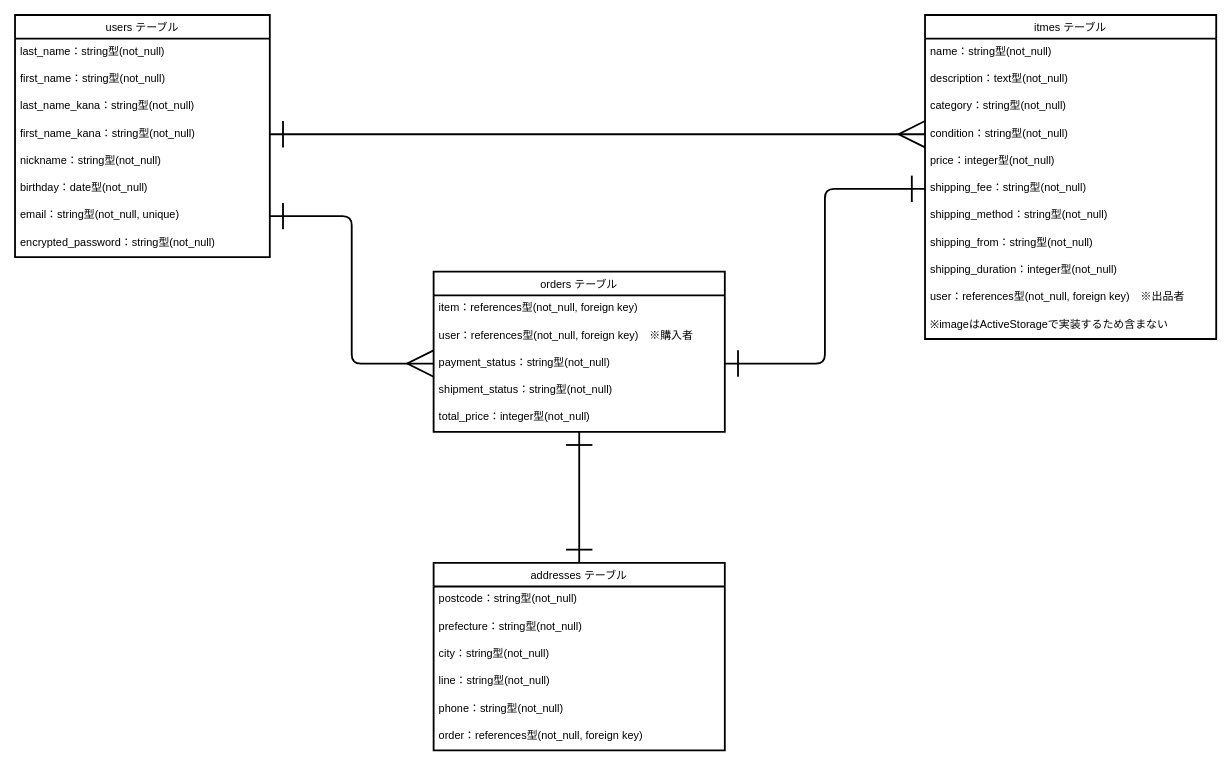
This is furimaER.dio from sssan-tech/furima-41472, a draw.io file, before an edit. Source tidied: cells renumbered, new cells numbered last; positions are measured from the earlier drawing's top-left corner, leaving out a move shared by most shapes. Both pictures are drawn from the tidied source at 91%, with x=0, y=0 at pixel (15, 15).
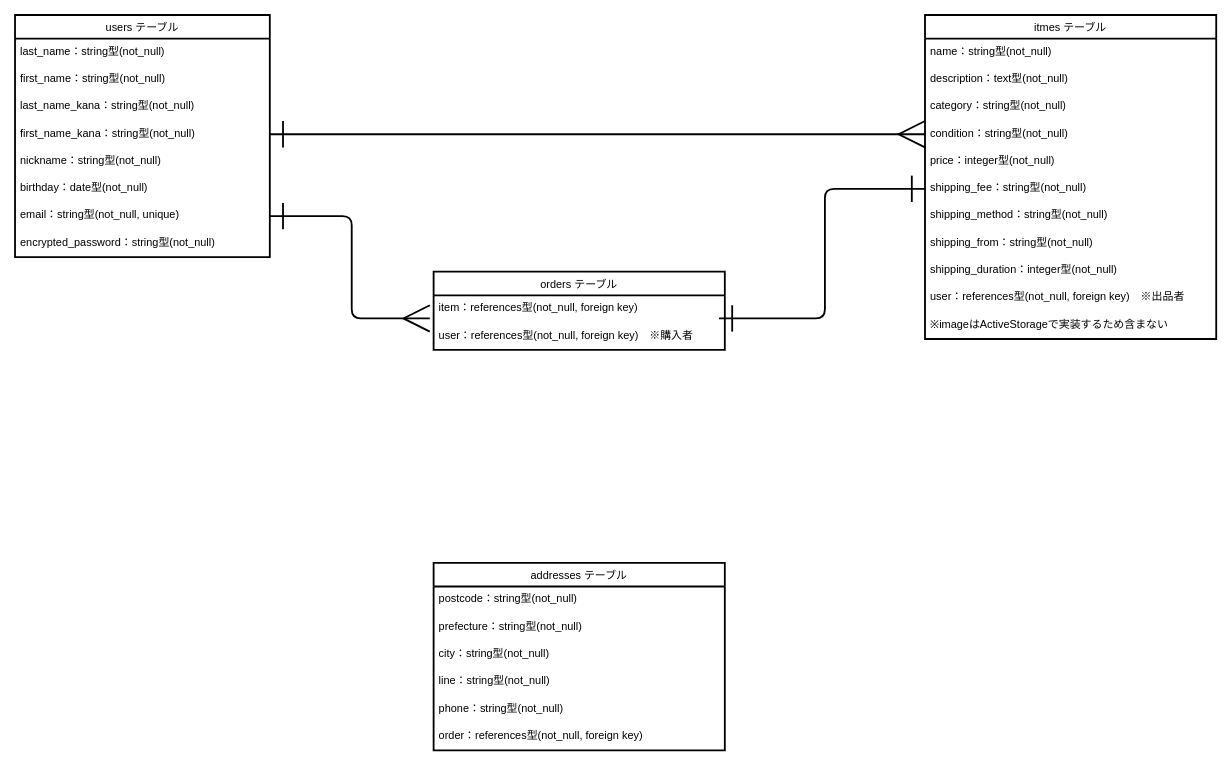
After the change.

Commit message (it also covers changes not shown here):
各種ステータスカラムおよび購入価格カラムを削除

The change refers to these unchanged cells:
```xml
<mxCell id="9" value="email：string型(not_null, unique)" style="text;spacingLeft=4;spacingRight=4;overflow=hidden;points=[[0,0.5],[1,0.5]];portConstraint=eastwest;fontSize=12;labelBackgroundColor=none;labelBorderColor=none;strokeWidth=2;" parent="2" vertex="1">
  <mxGeometry y="206" width="280" height="30" as="geometry" />
</mxCell>
<mxCell id="17" value="shipping_fee：string型(not_null)" style="text;spacingLeft=4;spacingRight=4;overflow=hidden;points=[[0,0.5],[1,0.5]];portConstraint=eastwest;fontSize=12;labelBackgroundColor=none;labelBorderColor=none;strokeWidth=2;" parent="11" vertex="1">
  <mxGeometry y="176" width="320" height="30" as="geometry" />
</mxCell>
<mxCell id="25" value="user：references型(not_null, foreign key)　※購入者" style="text;spacingLeft=4;spacingRight=4;overflow=hidden;points=[[0,0.5],[1,0.5]];portConstraint=eastwest;fontSize=12;labelBackgroundColor=none;labelBorderColor=none;strokeWidth=2;" parent="23" vertex="1">
  <mxGeometry y="56" width="320" height="30" as="geometry" />
</mxCell>
<mxCell id="30" value="addresses テーブル" style="swimlane;fontStyle=0;horizontal=1;startSize=26;align=center;fontSize=12;labelBackgroundColor=none;labelBorderColor=none;strokeWidth=2;swimlaneFillColor=default;" parent="1" vertex="1">
  <mxGeometry x="460" y="602" width="320" height="206" as="geometry" />
</mxCell>
```

The edit, as a diff of the source:
```diff
@@
     <mxCell id="23" value="orders テーブル" style="swimlane;fontStyle=0;horizontal=1;startSize=26;align=center;fontSize=12;labelBackgroundColor=none;labelBorderColor=none;strokeWidth=2;swimlaneFillColor=default;" parent="1" vertex="1">
-      <mxGeometry x="460" y="282" width="320" height="176" as="geometry" />
+      <mxGeometry x="460" y="282" width="320" height="86" as="geometry" />
     </mxCell>
@@
-    <mxCell id="26" value="payment_status：string型(not_null)" style="text;spacingLeft=4;spacingRight=4;overflow=hidden;points=[[0,0.5],[1,0.5]];portConstraint=eastwest;fontSize=12;labelBackgroundColor=none;labelBorderColor=none;strokeWidth=2;" parent="23" vertex="1">
-      <mxGeometry y="86" width="320" height="30" as="geometry" />
-    </mxCell>
-    <mxCell id="27" value="shipment_status：string型(not_null)" style="text;spacingLeft=4;spacingRight=4;overflow=hidden;fontSize=12;labelBackgroundColor=none;labelBorderColor=none;strokeWidth=2;" parent="23" vertex="1">
-      <mxGeometry y="116" width="320" height="30" as="geometry" />
-    </mxCell>
-    <mxCell id="28" value="total_price：integer型(not_null)" style="text;spacingLeft=4;spacingRight=4;overflow=hidden;points=[[0,0.5],[1,0.5]];portConstraint=eastwest;fontSize=12;labelBackgroundColor=none;labelBorderColor=none;strokeWidth=2;" parent="23" vertex="1">
-      <mxGeometry y="146" width="320" height="30" as="geometry" />
-    </mxCell>
-    <mxCell id="29" style="edgeStyle=none;exitX=0.5;exitY=0;exitDx=0;exitDy=0;startArrow=ERone;startFill=0;endArrow=ERone;endFill=0;startSize=26;endSize=26;labelBackgroundColor=none;labelBorderColor=none;fontSize=12;fontColor=default;strokeWidth=2;" parent="1" edge="1" source="30" target="28">
+    <mxCell id="29" style="edgeStyle=none;exitX=0.5;exitY=0;exitDx=0;exitDy=0;startArrow=ERone;startFill=0;endArrow=ERone;endFill=0;startSize=26;endSize=26;labelBackgroundColor=none;labelBorderColor=none;fontSize=12;fontColor=default;strokeWidth=2;" parent="1" edge="1" source="30">
       <mxGeometry relative="1" as="geometry" />
     </mxCell>
@@
-    <mxCell id="38" style="edgeStyle=orthogonalEdgeStyle;exitX=0;exitY=0.5;exitDx=0;exitDy=0;entryX=1;entryY=0.5;entryDx=0;entryDy=0;startArrow=ERone;startFill=0;endArrow=ERone;endFill=0;startSize=26;endSize=26;labelBackgroundColor=none;labelBorderColor=none;fontSize=12;fontColor=default;strokeWidth=2;" parent="1" edge="1" source="17" target="26">
+    <mxCell id="38" style="edgeStyle=orthogonalEdgeStyle;exitX=0;exitY=0.5;exitDx=0;exitDy=0;entryX=0.98;entryY=-0.152;entryDx=0;entryDy=0;startArrow=ERone;startFill=0;endArrow=ERone;endFill=0;startSize=26;endSize=26;labelBackgroundColor=none;labelBorderColor=none;fontSize=12;fontColor=default;strokeWidth=2;entryPerimeter=0;" parent="1" edge="1" source="17" target="25">
       <mxGeometry relative="1" as="geometry" />
     </mxCell>
-    <mxCell id="39" style="edgeStyle=orthogonalEdgeStyle;exitX=0;exitY=0.5;exitDx=0;exitDy=0;entryX=1;entryY=0.5;entryDx=0;entryDy=0;startArrow=ERmany;startFill=0;endArrow=ERone;endFill=0;startSize=26;endSize=26;elbow=vertical;labelBackgroundColor=none;labelBorderColor=none;fontSize=12;fontColor=default;strokeWidth=2;" parent="1" edge="1" source="26" target="9">
+    <mxCell id="39" style="edgeStyle=orthogonalEdgeStyle;exitX=-0.013;exitY=-0.152;exitDx=0;exitDy=0;entryX=1;entryY=0.5;entryDx=0;entryDy=0;startArrow=ERmany;startFill=0;endArrow=ERone;endFill=0;startSize=26;endSize=26;elbow=vertical;labelBackgroundColor=none;labelBorderColor=none;fontSize=12;fontColor=default;strokeWidth=2;exitPerimeter=0;" parent="1" edge="1" source="25" target="9">
       <mxGeometry relative="1" as="geometry" />
     </mxCell>
```
